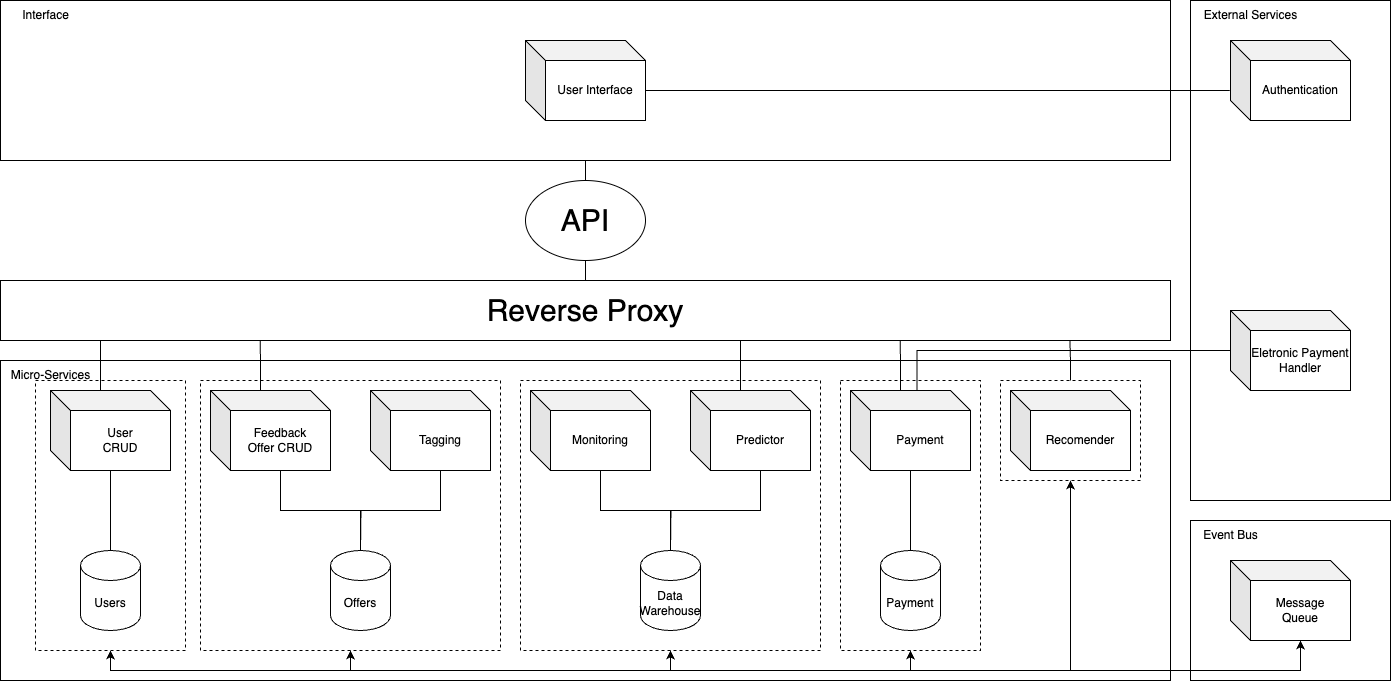
This is static/img/architecture.png from PI-Trailblazer/microsite, a draw.io export, as it was before one commit. Source tidied: cells renumbered, new cells last; positions are measured from the earlier drawing's top-left corner, leaving out a move shared by most shapes.
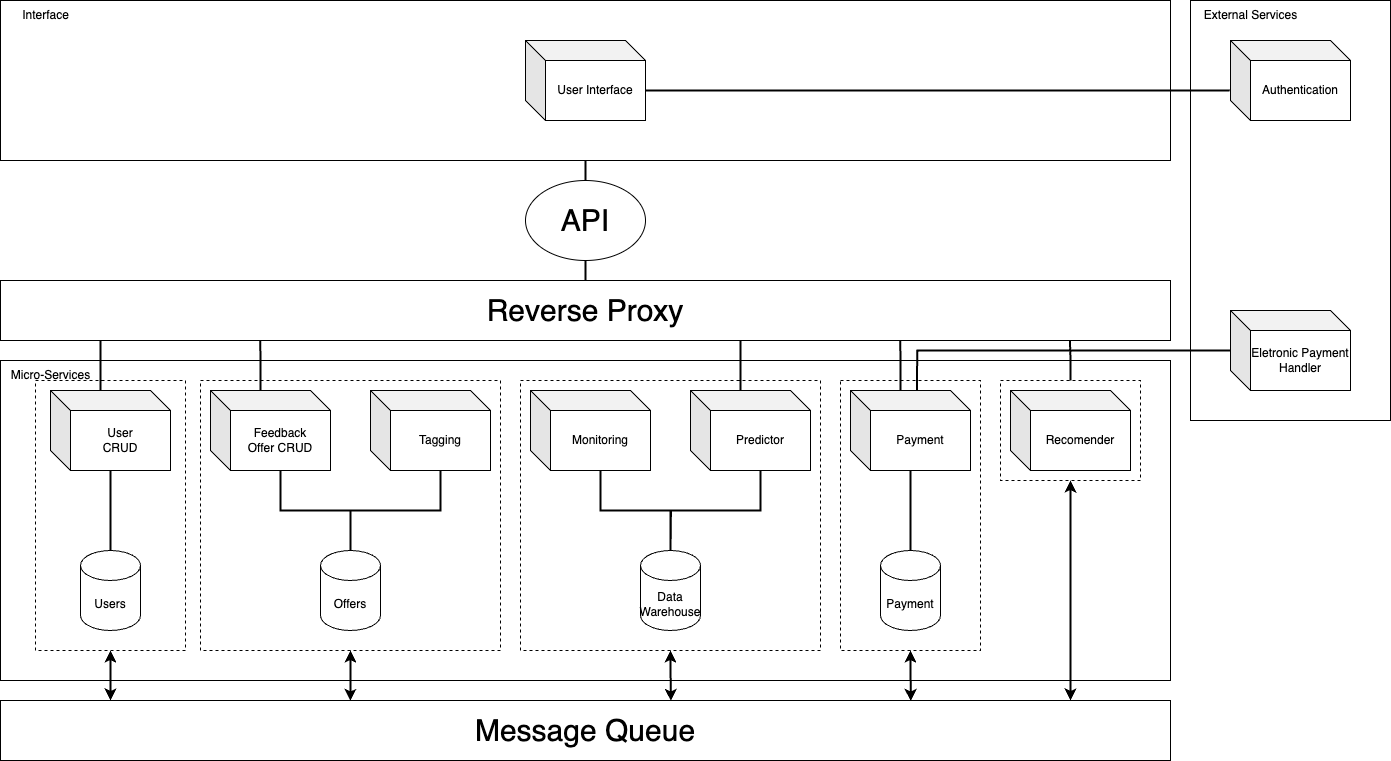
Above is the later version.

Change to the diagram source:
```diff
@@ -20,16 +20,13 @@
     <mxCell id="7" style="rounded=0;whiteSpace=wrap;html=1;dashed=1;" parent="1" vertex="1">
       <mxGeometry x="200" y="380" width="300" height="270" as="geometry" />
     </mxCell>
-    <mxCell id="8" style="rounded=0;whiteSpace=wrap;html=1;" parent="1" vertex="1">
-      <mxGeometry x="1190" y="520" width="200" height="160" as="geometry" />
-    </mxCell>
     <mxCell id="9" style="rounded=0;whiteSpace=wrap;html=1;" parent="1" vertex="1">
-      <mxGeometry x="1190" width="200" height="500" as="geometry" />
+      <mxGeometry x="1190" width="200" height="420" as="geometry" />
     </mxCell>
     <mxCell id="10" style="rounded=0;whiteSpace=wrap;html=1;align=left;" parent="1" vertex="1">
       <mxGeometry width="1170" height="160" as="geometry" />
     </mxCell>
-    <mxCell id="11" style="edgeStyle=orthogonalEdgeStyle;rounded=0;jettySize=auto;html=1;exitX=0.5;exitY=0;exitDx=0;exitDy=0;exitPerimeter=0;endArrow=none;endFill=0;" parent="1" edge="1" source="12" target="17">
+    <mxCell id="11" style="edgeStyle=orthogonalEdgeStyle;rounded=0;jettySize=auto;html=1;exitX=0.5;exitY=0;exitDx=0;exitDy=0;exitPerimeter=0;endArrow=none;endFill=0;strokeWidth=2;" parent="1" edge="1" source="12" target="17">
       <mxGeometry relative="1" as="geometry" />
     </mxCell>
     <mxCell id="12" value="Users" style="shape=cylinder3;whiteSpace=wrap;html=1;boundedLbl=1;backgroundOutline=1;size=15;" parent="1" vertex="1">
@@ -38,7 +35,7 @@
     <mxCell id="13" value="Recomender" style="shape=cube;whiteSpace=wrap;html=1;boundedLbl=1;backgroundOutline=1;darkOpacity=0.05;darkOpacity2=0.1;" parent="1" vertex="1">
       <mxGeometry x="1010" y="390" width="120" height="80" as="geometry" />
     </mxCell>
-    <mxCell id="14" style="edgeStyle=orthogonalEdgeStyle;rounded=0;jettySize=auto;html=1;exitX=0;exitY=0;exitDx=70;exitDy=80;exitPerimeter=0;endArrow=none;endFill=0;" parent="1" edge="1" source="15">
+    <mxCell id="14" style="edgeStyle=orthogonalEdgeStyle;rounded=0;jettySize=auto;html=1;exitX=0;exitY=0;exitDx=70;exitDy=80;exitPerimeter=0;endArrow=none;endFill=0;strokeWidth=2;" parent="1" edge="1" source="15">
       <mxGeometry relative="1" as="geometry">
         <mxPoint x="670" y="550" as="targetPoint" />
       </mxGeometry>
@@ -55,15 +52,13 @@
     <mxCell id="18" value="Feedback&lt;br&gt;Offer CRUD" style="shape=cube;whiteSpace=wrap;html=1;boundedLbl=1;backgroundOutline=1;darkOpacity=0.05;darkOpacity2=0.1;" parent="1" vertex="1">
       <mxGeometry x="210" y="390" width="120" height="80" as="geometry" />
     </mxCell>
-    <mxCell id="19" style="edgeStyle=orthogonalEdgeStyle;rounded=0;jettySize=auto;html=1;exitX=0;exitY=0;exitDx=70;exitDy=80;exitPerimeter=0;endArrow=none;endFill=0;" parent="1" edge="1" source="20">
-      <mxGeometry relative="1" as="geometry">
-        <mxPoint x="360" y="550" as="targetPoint" />
-      </mxGeometry>
+    <mxCell id="19" style="edgeStyle=orthogonalEdgeStyle;rounded=0;jettySize=auto;html=1;exitX=0;exitY=0;exitDx=70;exitDy=80;exitPerimeter=0;endArrow=none;endFill=0;entryX=0.5;entryY=0;entryDx=0;entryDy=0;entryPerimeter=0;strokeWidth=2;" parent="1" edge="1" source="20" target="24">
+      <mxGeometry relative="1" as="geometry" />
     </mxCell>
     <mxCell id="20" value="Tagging" style="shape=cube;whiteSpace=wrap;html=1;boundedLbl=1;backgroundOutline=1;darkOpacity=0.05;darkOpacity2=0.1;" parent="1" vertex="1">
       <mxGeometry x="370" y="390" width="120" height="80" as="geometry" />
     </mxCell>
-    <mxCell id="21" style="edgeStyle=orthogonalEdgeStyle;rounded=0;jettySize=auto;html=1;exitX=0.5;exitY=0;exitDx=0;exitDy=0;entryX=0.5;entryY=1;entryDx=0;entryDy=0;endArrow=none;endFill=0;" parent="1" edge="1" source="22" target="10">
+    <mxCell id="21" style="edgeStyle=orthogonalEdgeStyle;rounded=0;jettySize=auto;html=1;exitX=0.5;exitY=0;exitDx=0;exitDy=0;entryX=0.5;entryY=1;entryDx=0;entryDy=0;endArrow=none;endFill=0;strokeWidth=2;" parent="1" edge="1" source="22" target="10">
       <mxGeometry relative="1" as="geometry" />
     </mxCell>
     <mxCell id="22" value="&lt;font style=&quot;font-size: 30px;&quot;&gt;API&lt;/font&gt;" style="ellipse;whiteSpace=wrap;html=1;" parent="1" vertex="1">
@@ -73,7 +68,7 @@
       <mxGeometry x="525" y="40" width="120" height="80" as="geometry" />
     </mxCell>
     <mxCell id="24" value="Offers" style="shape=cylinder3;whiteSpace=wrap;html=1;boundedLbl=1;backgroundOutline=1;size=15;" parent="1" vertex="1">
-      <mxGeometry x="330" y="550" width="60" height="80" as="geometry" />
+      <mxGeometry x="320" y="550" width="60" height="80" as="geometry" />
     </mxCell>
     <mxCell id="25" value="Payment" style="shape=cylinder3;whiteSpace=wrap;html=1;boundedLbl=1;backgroundOutline=1;size=15;" parent="1" vertex="1">
       <mxGeometry x="880" y="550" width="60" height="80" as="geometry" />
@@ -90,53 +85,7 @@
     <mxCell id="29" value="Eletronic Payment Handler" style="shape=cube;whiteSpace=wrap;html=1;boundedLbl=1;backgroundOutline=1;darkOpacity=0.05;darkOpacity2=0.1;" parent="1" vertex="1">
       <mxGeometry x="1230" y="310" width="120" height="80" as="geometry" />
     </mxCell>
-    <mxCell id="30" style="edgeStyle=orthogonalEdgeStyle;rounded=0;jettySize=auto;html=1;exitX=0;exitY=0;exitDx=70;exitDy=80;exitPerimeter=0;entryX=0.5;entryY=1;entryDx=0;entryDy=0;endArrow=classic;endFill=1;startArrow=classic;startFill=1;" parent="1" edge="1" source="35" target="4">
-      <mxGeometry relative="1" as="geometry">
-        <Array as="points">
-          <mxPoint x="1300" y="670" />
-          <mxPoint x="1070" y="670" />
-        </Array>
-      </mxGeometry>
-    </mxCell>
-    <mxCell id="31" style="edgeStyle=orthogonalEdgeStyle;rounded=0;jettySize=auto;html=1;exitX=0;exitY=0;exitDx=70;exitDy=80;exitPerimeter=0;entryX=0.5;entryY=1;entryDx=0;entryDy=0;" parent="1" edge="1" source="35" target="5">
-      <mxGeometry relative="1" as="geometry">
-        <Array as="points">
-          <mxPoint x="1300" y="670" />
-          <mxPoint x="910" y="670" />
-        </Array>
-      </mxGeometry>
-    </mxCell>
-    <mxCell id="32" style="edgeStyle=orthogonalEdgeStyle;rounded=0;jettySize=auto;html=1;exitX=0;exitY=0;exitDx=70;exitDy=80;exitPerimeter=0;entryX=0.5;entryY=1;entryDx=0;entryDy=0;" parent="1" edge="1" source="35" target="6">
-      <mxGeometry relative="1" as="geometry">
-        <Array as="points">
-          <mxPoint x="1300" y="670" />
-          <mxPoint x="670" y="670" />
-        </Array>
-      </mxGeometry>
-    </mxCell>
-    <mxCell id="33" style="edgeStyle=orthogonalEdgeStyle;rounded=0;jettySize=auto;html=1;exitX=0;exitY=0;exitDx=70;exitDy=80;exitPerimeter=0;entryX=0.5;entryY=1;entryDx=0;entryDy=0;" parent="1" edge="1" source="35" target="7">
-      <mxGeometry relative="1" as="geometry">
-        <Array as="points">
-          <mxPoint x="1300" y="670" />
-          <mxPoint x="350" y="670" />
-        </Array>
-      </mxGeometry>
-    </mxCell>
-    <mxCell id="34" style="edgeStyle=orthogonalEdgeStyle;rounded=0;jettySize=auto;html=1;exitX=0;exitY=0;exitDx=70;exitDy=80;exitPerimeter=0;entryX=0.5;entryY=1;entryDx=0;entryDy=0;" parent="1" edge="1" source="35" target="3">
-      <mxGeometry relative="1" as="geometry">
-        <Array as="points">
-          <mxPoint x="1300" y="670" />
-          <mxPoint x="110" y="670" />
-        </Array>
-      </mxGeometry>
-    </mxCell>
-    <mxCell id="35" value="Message&lt;br&gt;Queue" style="shape=cube;whiteSpace=wrap;html=1;boundedLbl=1;backgroundOutline=1;darkOpacity=0.05;darkOpacity2=0.1;" parent="1" vertex="1">
-      <mxGeometry x="1230" y="560" width="120" height="80" as="geometry" />
-    </mxCell>
-    <mxCell id="36" value="Event Bus" style="text;html=1;align=center;verticalAlign=middle;strokeColor=none;fillColor=none;" parent="1" vertex="1">
-      <mxGeometry x="1190" y="520" width="80" height="30" as="geometry" />
-    </mxCell>
-    <mxCell id="37" style="edgeStyle=orthogonalEdgeStyle;rounded=0;jettySize=auto;html=1;exitX=0.5;exitY=0;exitDx=0;exitDy=0;entryX=0.5;entryY=1;entryDx=0;entryDy=0;endArrow=none;endFill=0;" parent="1" edge="1" source="38" target="22">
+    <mxCell id="37" style="edgeStyle=orthogonalEdgeStyle;rounded=0;jettySize=auto;html=1;exitX=0.5;exitY=0;exitDx=0;exitDy=0;entryX=0.5;entryY=1;entryDx=0;entryDy=0;endArrow=none;endFill=0;strokeWidth=2;" parent="1" edge="1" source="38" target="22">
       <mxGeometry relative="1" as="geometry" />
     </mxCell>
     <mxCell id="38" value="&lt;font style=&quot;font-size: 30px;&quot;&gt;Reverse Proxy&lt;/font&gt;" style="rounded=0;whiteSpace=wrap;html=1;align=center;" parent="1" vertex="1">
@@ -145,50 +94,73 @@
     <mxCell id="39" value="Data&lt;br&gt;Warehouse" style="shape=cylinder3;whiteSpace=wrap;html=1;boundedLbl=1;backgroundOutline=1;size=15;" parent="1" vertex="1">
       <mxGeometry x="640" y="550" width="60" height="80" as="geometry" />
     </mxCell>
-    <mxCell id="40" style="edgeStyle=orthogonalEdgeStyle;rounded=0;jettySize=auto;html=1;exitX=0;exitY=0;exitDx=120;exitDy=50;exitPerimeter=0;entryX=-0.006;entryY=0.625;entryDx=0;entryDy=0;entryPerimeter=0;endArrow=none;endFill=0;" parent="1" edge="1" source="23" target="16">
+    <mxCell id="40" style="edgeStyle=orthogonalEdgeStyle;rounded=0;jettySize=auto;html=1;exitX=0;exitY=0;exitDx=120;exitDy=50;exitPerimeter=0;entryX=-0.006;entryY=0.625;entryDx=0;entryDy=0;entryPerimeter=0;endArrow=none;endFill=0;strokeWidth=2;" parent="1" edge="1" source="23" target="16">
       <mxGeometry relative="1" as="geometry" />
     </mxCell>
     <mxCell id="41" value="Payment" style="shape=cube;whiteSpace=wrap;html=1;boundedLbl=1;backgroundOutline=1;darkOpacity=0.05;darkOpacity2=0.1;" parent="1" vertex="1">
       <mxGeometry x="850" y="390" width="120" height="80" as="geometry" />
     </mxCell>
-    <mxCell id="42" style="edgeStyle=orthogonalEdgeStyle;rounded=0;jettySize=auto;html=1;exitX=0.5;exitY=0;exitDx=0;exitDy=0;exitPerimeter=0;entryX=0.5;entryY=1;entryDx=0;entryDy=0;entryPerimeter=0;endArrow=none;endFill=0;" parent="1" edge="1" source="25" target="41">
+    <mxCell id="42" style="edgeStyle=orthogonalEdgeStyle;rounded=0;jettySize=auto;html=1;exitX=0.5;exitY=0;exitDx=0;exitDy=0;exitPerimeter=0;entryX=0.5;entryY=1;entryDx=0;entryDy=0;entryPerimeter=0;endArrow=none;endFill=0;strokeWidth=2;" parent="1" edge="1" source="25" target="41">
       <mxGeometry relative="1" as="geometry" />
     </mxCell>
-    <mxCell id="43" style="edgeStyle=orthogonalEdgeStyle;rounded=0;jettySize=auto;html=1;exitX=0;exitY=0;exitDx=0;exitDy=30;exitPerimeter=0;entryX=0.555;entryY=0.001;entryDx=0;entryDy=0;entryPerimeter=0;endArrow=none;endFill=0;" parent="1" edge="1" source="29" target="41">
+    <mxCell id="43" style="edgeStyle=orthogonalEdgeStyle;rounded=0;jettySize=auto;html=1;entryX=0.555;entryY=0.001;entryDx=0;entryDy=0;entryPerimeter=0;endArrow=none;endFill=0;strokeWidth=2;" parent="1" edge="1" target="41">
       <mxGeometry relative="1" as="geometry">
+        <mxPoint x="1230" y="350" as="sourcePoint" />
         <Array as="points">
-          <mxPoint x="1080" y="350" />
-          <mxPoint x="757" y="350" />
+          <mxPoint x="1230" y="350" />
+          <mxPoint x="917" y="350" />
         </Array>
       </mxGeometry>
     </mxCell>
     <mxCell id="44" value="Predictor" style="shape=cube;whiteSpace=wrap;html=1;boundedLbl=1;backgroundOutline=1;darkOpacity=0.05;darkOpacity2=0.1;" parent="1" vertex="1">
       <mxGeometry x="690" y="390" width="120" height="80" as="geometry" />
     </mxCell>
-    <mxCell id="45" style="edgeStyle=orthogonalEdgeStyle;rounded=0;jettySize=auto;html=1;exitX=0;exitY=0;exitDx=50;exitDy=0;exitPerimeter=0;endArrow=none;endFill=0;" parent="1" edge="1" source="17">
+    <mxCell id="45" style="edgeStyle=orthogonalEdgeStyle;rounded=0;jettySize=auto;html=1;exitX=0;exitY=0;exitDx=50;exitDy=0;exitPerimeter=0;endArrow=none;endFill=0;strokeWidth=2;" parent="1" edge="1" source="17">
       <mxGeometry relative="1" as="geometry">
         <mxPoint x="100" y="340" as="targetPoint" />
       </mxGeometry>
     </mxCell>
-    <mxCell id="46" style="edgeStyle=orthogonalEdgeStyle;rounded=0;jettySize=auto;html=1;exitX=0;exitY=0;exitDx=50;exitDy=0;exitPerimeter=0;entryX=0.222;entryY=1.008;entryDx=0;entryDy=0;entryPerimeter=0;endArrow=none;endFill=0;" parent="1" edge="1" source="18" target="38">
+    <mxCell id="46" style="edgeStyle=orthogonalEdgeStyle;rounded=0;jettySize=auto;html=1;exitX=0;exitY=0;exitDx=50;exitDy=0;exitPerimeter=0;entryX=0.222;entryY=1.008;entryDx=0;entryDy=0;entryPerimeter=0;endArrow=none;endFill=0;strokeWidth=2;" parent="1" edge="1" source="18" target="38">
       <mxGeometry relative="1" as="geometry" />
     </mxCell>
-    <mxCell id="47" style="edgeStyle=orthogonalEdgeStyle;rounded=0;jettySize=auto;html=1;exitX=0;exitY=0;exitDx=50;exitDy=0;exitPerimeter=0;endArrow=none;endFill=0;" parent="1" edge="1" source="44">
+    <mxCell id="47" style="edgeStyle=orthogonalEdgeStyle;rounded=0;jettySize=auto;html=1;exitX=0;exitY=0;exitDx=50;exitDy=0;exitPerimeter=0;endArrow=none;endFill=0;strokeWidth=2;" parent="1" edge="1" source="44">
       <mxGeometry relative="1" as="geometry">
         <mxPoint x="740" y="340" as="targetPoint" />
       </mxGeometry>
     </mxCell>
-    <mxCell id="48" style="edgeStyle=orthogonalEdgeStyle;rounded=0;jettySize=auto;html=1;exitX=0;exitY=0;exitDx=50;exitDy=0;exitPerimeter=0;endArrow=none;endFill=0;entryX=0.769;entryY=1.004;entryDx=0;entryDy=0;entryPerimeter=0;" parent="1" edge="1" source="41" target="38">
+    <mxCell id="48" style="edgeStyle=orthogonalEdgeStyle;rounded=0;jettySize=auto;html=1;exitX=0;exitY=0;exitDx=50;exitDy=0;exitPerimeter=0;endArrow=none;endFill=0;entryX=0.769;entryY=1.004;entryDx=0;entryDy=0;entryPerimeter=0;strokeWidth=2;" parent="1" edge="1" source="41" target="38">
       <mxGeometry relative="1" as="geometry" />
     </mxCell>
-    <mxCell id="49" style="edgeStyle=orthogonalEdgeStyle;rounded=0;jettySize=auto;html=1;exitX=0.5;exitY=0;exitDx=0;exitDy=0;entryX=0.914;entryY=0.994;entryDx=0;entryDy=0;entryPerimeter=0;endArrow=none;endFill=0;" parent="1" edge="1" source="4" target="38">
+    <mxCell id="49" style="edgeStyle=orthogonalEdgeStyle;rounded=0;jettySize=auto;html=1;exitX=0.5;exitY=0;exitDx=0;exitDy=0;entryX=0.914;entryY=0.994;entryDx=0;entryDy=0;entryPerimeter=0;endArrow=none;endFill=0;strokeWidth=2;" parent="1" edge="1" source="4" target="38">
       <mxGeometry relative="1" as="geometry" />
     </mxCell>
-    <mxCell id="50" style="edgeStyle=orthogonalEdgeStyle;rounded=0;jettySize=auto;html=1;exitX=0;exitY=0;exitDx=70;exitDy=80;exitPerimeter=0;entryX=0.5;entryY=0;entryDx=0;entryDy=0;entryPerimeter=0;endArrow=none;endFill=0;" parent="1" edge="1" source="44" target="39">
+    <mxCell id="50" style="edgeStyle=orthogonalEdgeStyle;rounded=0;jettySize=auto;html=1;exitX=0;exitY=0;exitDx=70;exitDy=80;exitPerimeter=0;entryX=0.5;entryY=0;entryDx=0;entryDy=0;entryPerimeter=0;endArrow=none;endFill=0;strokeWidth=2;" parent="1" edge="1" source="44" target="39">
       <mxGeometry relative="1" as="geometry" />
     </mxCell>
-    <mxCell id="51" style="edgeStyle=orthogonalEdgeStyle;rounded=0;jettySize=auto;html=1;exitX=0;exitY=0;exitDx=70;exitDy=80;exitPerimeter=0;entryX=0.5;entryY=0;entryDx=0;entryDy=0;entryPerimeter=0;endArrow=none;endFill=0;" parent="1" edge="1" source="18" target="24">
+    <mxCell id="51" style="edgeStyle=orthogonalEdgeStyle;rounded=0;jettySize=auto;html=1;exitX=0;exitY=0;exitDx=70;exitDy=80;exitPerimeter=0;entryX=0.5;entryY=0;entryDx=0;entryDy=0;entryPerimeter=0;endArrow=none;endFill=0;strokeWidth=2;" parent="1" edge="1" source="18" target="24">
       <mxGeometry relative="1" as="geometry" />
     </mxCell>
+    <mxCell id="35" value="&lt;font style=&quot;font-size: 30px;&quot;&gt;Message&amp;nbsp;&lt;span style=&quot;background-color: initial;&quot;&gt;Queue&lt;/span&gt;&lt;/font&gt;" style="rounded=0;whiteSpace=wrap;html=1;align=center;" parent="1" vertex="1">
+      <mxGeometry y="700" width="1170" height="60" as="geometry" />
+    </mxCell>
+    <mxCell id="52" style="edgeStyle=orthogonalEdgeStyle;rounded=0;jettySize=auto;html=1;exitX=0.5;exitY=1;exitDx=0;exitDy=0;entryX=0.299;entryY=0.007;entryDx=0;entryDy=0;entryPerimeter=0;startArrow=classic;startFill=1;strokeWidth=2;" parent="1" edge="1" source="7" target="35">
+      <mxGeometry relative="1" as="geometry" />
+    </mxCell>
+    <mxCell id="53" style="edgeStyle=orthogonalEdgeStyle;rounded=0;jettySize=auto;html=1;exitX=0.5;exitY=1;exitDx=0;exitDy=0;startArrow=classic;startFill=1;strokeWidth=2;" parent="1" edge="1" source="3">
+      <mxGeometry relative="1" as="geometry">
+        <mxPoint x="110" y="700" as="targetPoint" />
+      </mxGeometry>
+    </mxCell>
+    <mxCell id="54" style="edgeStyle=orthogonalEdgeStyle;rounded=0;jettySize=auto;html=1;exitX=0.5;exitY=1;exitDx=0;exitDy=0;entryX=0.573;entryY=0.009;entryDx=0;entryDy=0;entryPerimeter=0;startArrow=classic;startFill=1;strokeWidth=2;" parent="1" edge="1" source="6" target="35">
+      <mxGeometry relative="1" as="geometry" />
+    </mxCell>
+    <mxCell id="55" style="edgeStyle=orthogonalEdgeStyle;rounded=0;jettySize=auto;html=1;exitX=0.5;exitY=1;exitDx=0;exitDy=0;entryX=0.778;entryY=0.009;entryDx=0;entryDy=0;entryPerimeter=0;startArrow=classic;startFill=1;strokeWidth=2;" parent="1" edge="1" source="5" target="35">
+      <mxGeometry relative="1" as="geometry" />
+    </mxCell>
+    <mxCell id="56" style="edgeStyle=orthogonalEdgeStyle;rounded=0;jettySize=auto;html=1;exitX=0.5;exitY=1;exitDx=0;exitDy=0;startArrow=classic;startFill=1;strokeWidth=2;" parent="1" edge="1" source="4">
+      <mxGeometry relative="1" as="geometry">
+        <mxPoint x="1070" y="700" as="targetPoint" />
+      </mxGeometry>
+    </mxCell>
   </root>
 </mxGraphModel>
```
